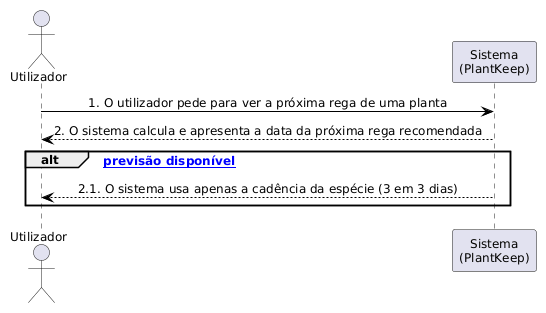
The PlantUML diagram .docs/diagramas/SSDs/uc04.png in compaqle/DSSMV_ProjectDroid_1251486_1251506, before a commit.
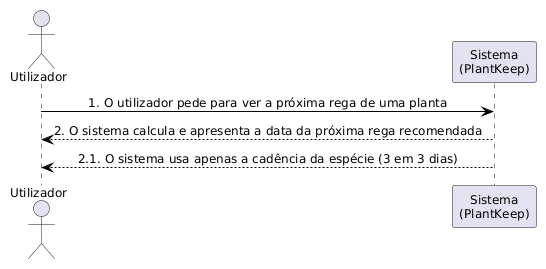
After the change.

Change to the diagram source:
```diff
@@ -7,7 +7,5 @@
 participant "Sistema\n(PlantKeep)" as s
 u -> s : 1. O utilizador pede para ver a próxima rega de uma planta
 s --> u : 2. O sistema calcula e apresenta a data da próxima rega recomendada
-alt [Sem previsão disponível]
-    s --> u : 2.1. O sistema usa apenas a cadência da espécie (3 em 3 dias)
-end
+s --> u : 2.1. O sistema usa apenas a cadência da espécie (3 em 3 dias)
 @enduml
```
